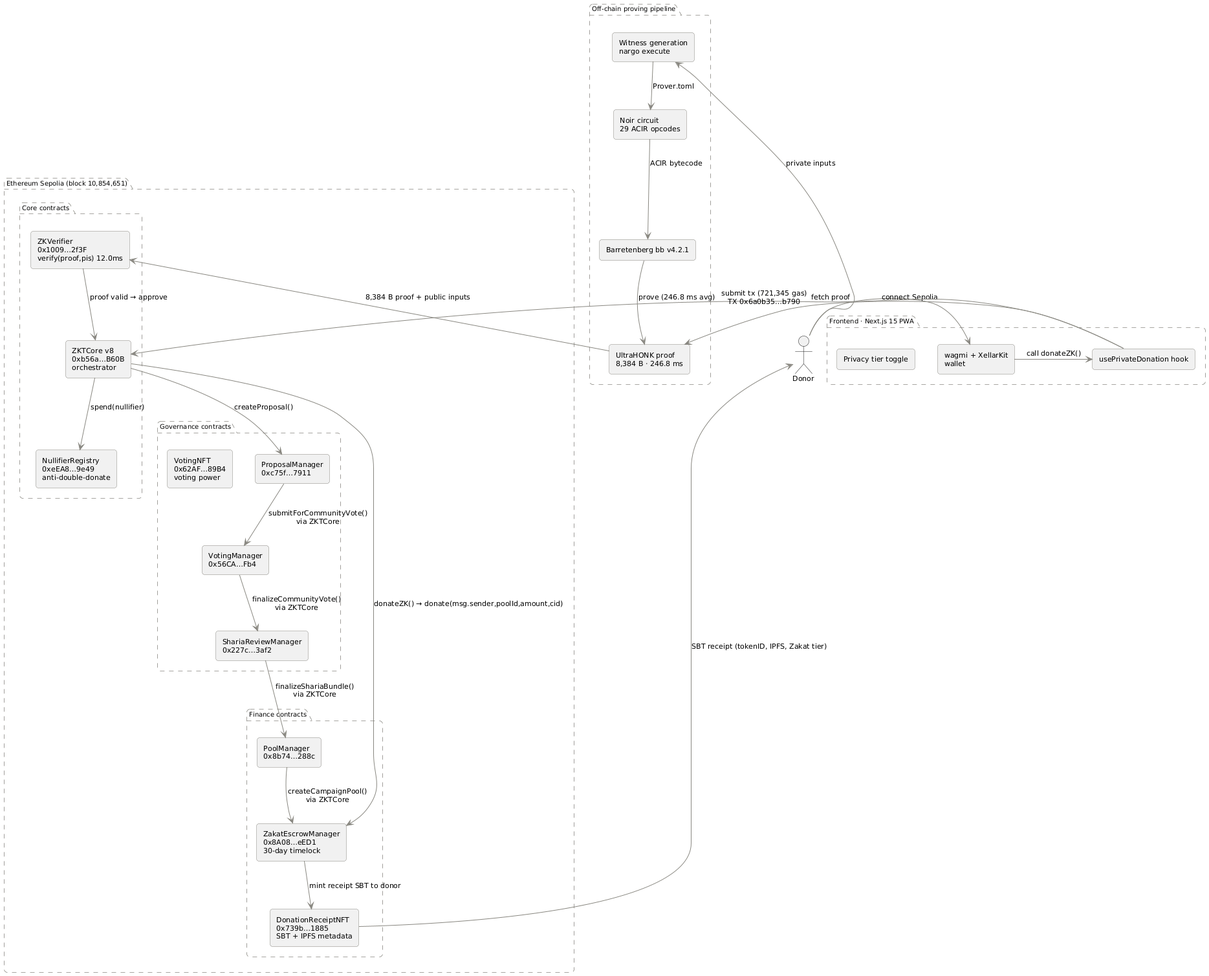
Above: docs/diagrams/conceptual_model.png in tawf-labs/zkt-research (PlantUML), before the change.
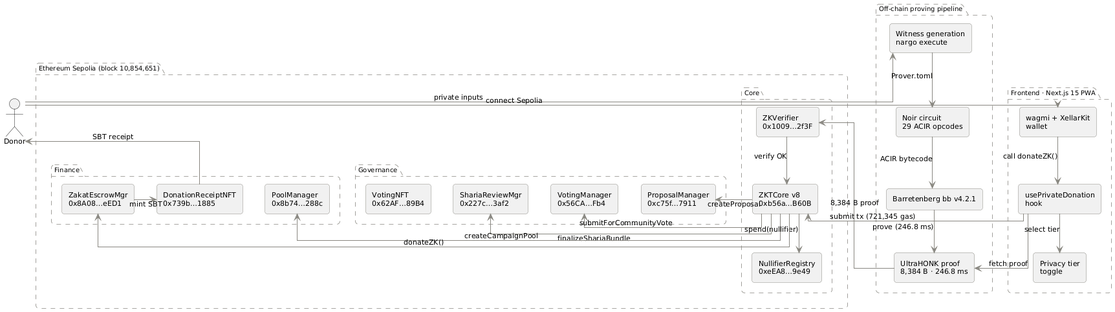
The same file after the commit.

Commit message:
fix: sync all v8 data — 4 stale ABI/README addresses, ZKTCore constructor +2 params, cleanup v7 scripts, ortho-line Fig4, gas fix (2114307→2114319)

Change to the diagram source:
```diff
@@ -5,6 +5,7 @@
 skinparam defaultFontSize 11
 skinparam ArrowColor #888780
 skinparam ArrowThickness 1
+skinparam linetype ortho
 
 skinparam rectangle {
   BorderColor #888780
@@ -21,13 +22,6 @@
   FontSize 10
 }
 
-skinparam component {
-  BorderColor #888780
-  BorderThickness 0.5
-  RoundCorner 6
-  FontSize 10
-}
-
 actor Donor
 
 package "Off-chain proving pipeline" {
@@ -39,52 +33,55 @@
 
 package "Ethereum Sepolia (block 10,854,651)" {
 
-  package "Core contracts" {
-    rectangle "ZKVerifier\n0x1009…2f3F\nverify(proof,pis) 12.0ms" as Verifier
-    rectangle "ZKTCore v8\n0xb56a…B60B\norchestrator" as ZKTCore
-    rectangle "NullifierRegistry\n0xeEA8…9e49\nanti-double-donate" as Nullifier
+  package "Core" {
+    rectangle "ZKVerifier\n0x1009…2f3F" as Verifier
+    rectangle "ZKTCore v8\n0xb56a…B60B" as ZKTCore
+    rectangle "NullifierRegistry\n0xeEA8…9e49" as Nullifier
   }
 
-  package "Governance contracts" {
+  package "Governance" {
     rectangle "ProposalManager\n0xc75f…7911" as PropMgr
     rectangle "VotingManager\n0x56CA…Fb4" as VoteMgr
-    rectangle "VotingNFT\n0x62AF…89B4\nvoting power" as VNFT
-    rectangle "ShariaReviewManager\n0x227c…3af2" as ShariaMgr
+    rectangle "VotingNFT\n0x62AF…89B4" as VNFT
+    rectangle "ShariaReviewMgr\n0x227c…3af2" as ShariaMgr
   }
 
-  package "Finance contracts" {
+  package "Finance" {
     rectangle "PoolManager\n0x8b74…288c" as PoolMgr
-    rectangle "ZakatEscrowManager\n0x8A08…eED1\n30-day timelock" as Escrow
-    rectangle "DonationReceiptNFT\n0x739b…1885\nSBT + IPFS metadata" as NFT
+    rectangle "ZakatEscrowMgr\n0x8A08…eED1" as Escrow
+    rectangle "DonationReceiptNFT\n0x739b…1885" as NFT
   }
 }
 
 package "Frontend · Next.js 15 PWA" {
   rectangle "wagmi + XellarKit\nwallet" as Wallet
-  rectangle "usePrivateDonation hook" as Hook
-  rectangle "Privacy tier toggle" as Toggle
+  rectangle "usePrivateDonation\nhook" as Hook
+  rectangle "Privacy tier\ntoggle" as Toggle
 }
 
-Donor     --> Witness  : private inputs
-Witness   --> Circuit  : Prover.toml
-Circuit   --> BB       : ACIR bytecode
-BB        --> Proof    : prove (246.8 ms avg)
+Donor   -down-> Witness : private inputs
+Witness -down-> Circuit : Prover.toml
+Circuit -down-> BB      : ACIR bytecode
+BB      -down-> Proof   : prove (246.8 ms)
 
-Proof     --> Verifier  : 8,384 B proof + public inputs
-Verifier  --> ZKTCore   : proof valid → approve
-ZKTCore   --> Nullifier : spend(nullifier)
-ZKTCore   --> PropMgr   : createProposal()
-PropMgr   --> VoteMgr   : submitForCommunityVote()\nvia ZKTCore
-VoteMgr   --> ShariaMgr : finalizeCommunityVote()\nvia ZKTCore
-ShariaMgr --> PoolMgr   : finalizeShariaBundle()\nvia ZKTCore
-PoolMgr   --> Escrow    : createCampaignPool()\nvia ZKTCore
-ZKTCore   --> Escrow    : donateZK() → donate(msg.sender,poolId,amount,cid)
-Escrow    --> NFT       : mint receipt SBT to donor
-NFT       --> Donor     : SBT receipt (tokenID, IPFS, Zakat tier)
+Proof   -right-> Verifier : 8,384 B proof
 
-Donor  -> Wallet  : connect Sepolia
-Wallet -> Hook    : call donateZK()
-Hook   -> Proof   : fetch proof
-Hook   -> ZKTCore : submit tx (721,345 gas)\nTX 0x6a0b35…b790
+Verifier -down-> ZKTCore   : verify OK
+ZKTCore  -down-> Nullifier : spend(nullifier)
+
+ZKTCore  -right-> PropMgr   : createProposal
+ZKTCore  -right-> VoteMgr   : submitForCommunityVote
+ZKTCore  -right-> ShariaMgr : finalizeShariaBundle
+ZKTCore  -right-> PoolMgr   : createCampaignPool
+ZKTCore  -right-> Escrow    : donateZK()
+
+Escrow   -right-> NFT    : mint SBT
+NFT      -right-> Donor  : SBT receipt
+
+Donor    -right-> Wallet : connect Sepolia
+Wallet   -down-> Hook    : call donateZK()
+Hook     -down-> Toggle  : select tier
+Hook     -down-> Proof   : fetch proof
+Hook     -right-> ZKTCore : submit tx (721,345 gas)
 
 @enduml
```
